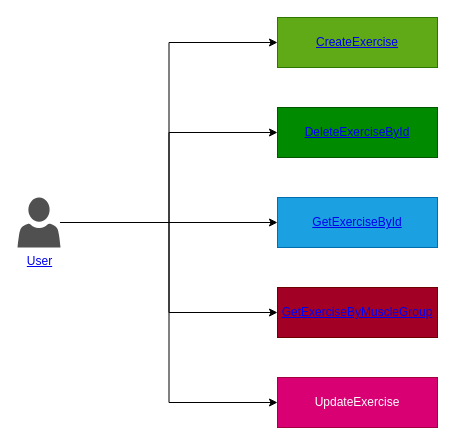
Earlier version of the draw.io diagram page "TrainingService/Exercises" (16 of 28) of Architecture.drawio (AlanEdward19/ShapeUp). Source tidied: cells renumbered, new cells numbered last; positions are measured from the earlier drawing's top-left corner, leaving out a move shared by most shapes. Both pictures are drawn from the tidied source at 100%, with x=0, y=0 at pixel (17, 17).
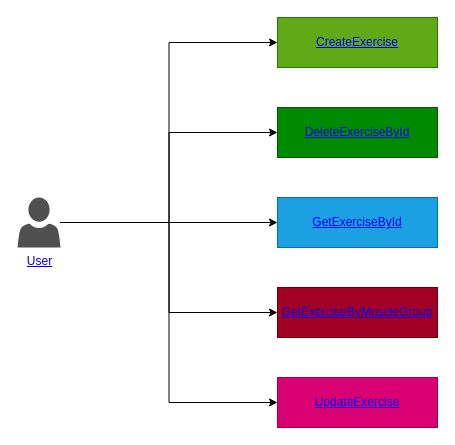
Above is the later version.

The edit, as a diff of the source:
```diff
@@
 <mxGraphModel>
   <root>
     <mxCell id="0" />
     <mxCell id="1" parent="0" />
     <mxCell id="2" style="edgeStyle=orthogonalEdgeStyle;rounded=0;jettySize=auto;html=1;entryX=0;entryY=0.5;entryDx=0;entryDy=0;" parent="1" edge="1" source="7" target="9">
       <mxGeometry relative="1" as="geometry" />
     </mxCell>
     <mxCell id="3" style="edgeStyle=orthogonalEdgeStyle;rounded=0;jettySize=auto;html=1;entryX=0;entryY=0.5;entryDx=0;entryDy=0;" parent="1" edge="1" source="7" target="10">
       <mxGeometry relative="1" as="geometry" />
     </mxCell>
     <mxCell id="4" style="edgeStyle=orthogonalEdgeStyle;rounded=0;jettySize=auto;html=1;entryX=0;entryY=0.5;entryDx=0;entryDy=0;" parent="1" edge="1" source="7" target="11">
       <mxGeometry relative="1" as="geometry" />
     </mxCell>
     <mxCell id="5" style="edgeStyle=orthogonalEdgeStyle;rounded=0;jettySize=auto;html=1;entryX=0;entryY=0.5;entryDx=0;entryDy=0;" parent="1" edge="1" source="7" target="12">
       <mxGeometry relative="1" as="geometry" />
     </mxCell>
     <mxCell id="6" style="edgeStyle=orthogonalEdgeStyle;rounded=0;jettySize=auto;html=1;entryX=0;entryY=0.5;entryDx=0;entryDy=0;" parent="1" edge="1" source="7" target="8">
       <mxGeometry relative="1" as="geometry" />
     </mxCell>
     <mxCell id="7" value="&lt;a href=&quot;data:page/id,LFTsON64EvUL7DkV5BSQ&quot;&gt;User&lt;/a&gt;" style="sketch=0;shadow=0;dashed=0;html=1;strokeColor=none;labelPosition=center;verticalLabelPosition=bottom;verticalAlign=top;align=center;fillColor=#505050;shape=mxgraph.mscae.intune.account_portal;" parent="1" vertex="1">
       <mxGeometry y="180" width="43" height="50" as="geometry" />
     </mxCell>
-    <mxCell id="8" value="UpdateExercise" style="whiteSpace=wrap;html=1;fillColor=#d80073;strokeColor=#A50040;fontColor=#ffffff;" parent="1" vertex="1">
+    <mxCell id="8" value="&lt;a href=&quot;data:page/id,fgALfymyOM-2ATbM0emt&quot;&gt;UpdateExercise&lt;/a&gt;" style="whiteSpace=wrap;html=1;fillColor=#d80073;strokeColor=#A50040;fontColor=#ffffff;" parent="1" vertex="1">
       <mxGeometry x="260" y="360" width="160" height="50" as="geometry" />
     </mxCell>
     <mxCell id="9" value="&lt;a href=&quot;data:page/id,3XqI-wrJIZMI0g_uduhT&quot;&gt;CreateExercise&lt;/a&gt;" style="whiteSpace=wrap;html=1;fillColor=#60a917;strokeColor=#2D7600;fontColor=#ffffff;" parent="1" vertex="1">
       <mxGeometry x="260" width="160" height="50" as="geometry" />
     </mxCell>
     <mxCell id="10" value="&lt;a href=&quot;data:page/id,NqcPM04637J3PpVnZz_n&quot;&gt;DeleteExerciseById&lt;/a&gt;" style="whiteSpace=wrap;html=1;fillColor=#008a00;strokeColor=#005700;fontColor=#ffffff;" parent="1" vertex="1">
       <mxGeometry x="260" y="90" width="160" height="50" as="geometry" />
     </mxCell>
     <mxCell id="11" value="&lt;a href=&quot;data:page/id,eQGZRvu-JRysyNJBZR26&quot;&gt;GetExerciseById&lt;/a&gt;" style="whiteSpace=wrap;html=1;fillColor=#1ba1e2;strokeColor=#006EAF;fontColor=#ffffff;" parent="1" vertex="1">
       <mxGeometry x="260" y="180" width="160" height="50" as="geometry" />
     </mxCell>
     <mxCell id="12" value="&lt;a href=&quot;data:page/id,XRSWYuAdbNpg9gd4-DUy&quot;&gt;GetExerciseByMuscleGroup&lt;/a&gt;" style="whiteSpace=wrap;html=1;fillColor=#a20025;strokeColor=#6F0000;fontColor=#ffffff;" parent="1" vertex="1">
       <mxGeometry x="260" y="270" width="160" height="50" as="geometry" />
     </mxCell>
   </root>
 </mxGraphModel>
```
